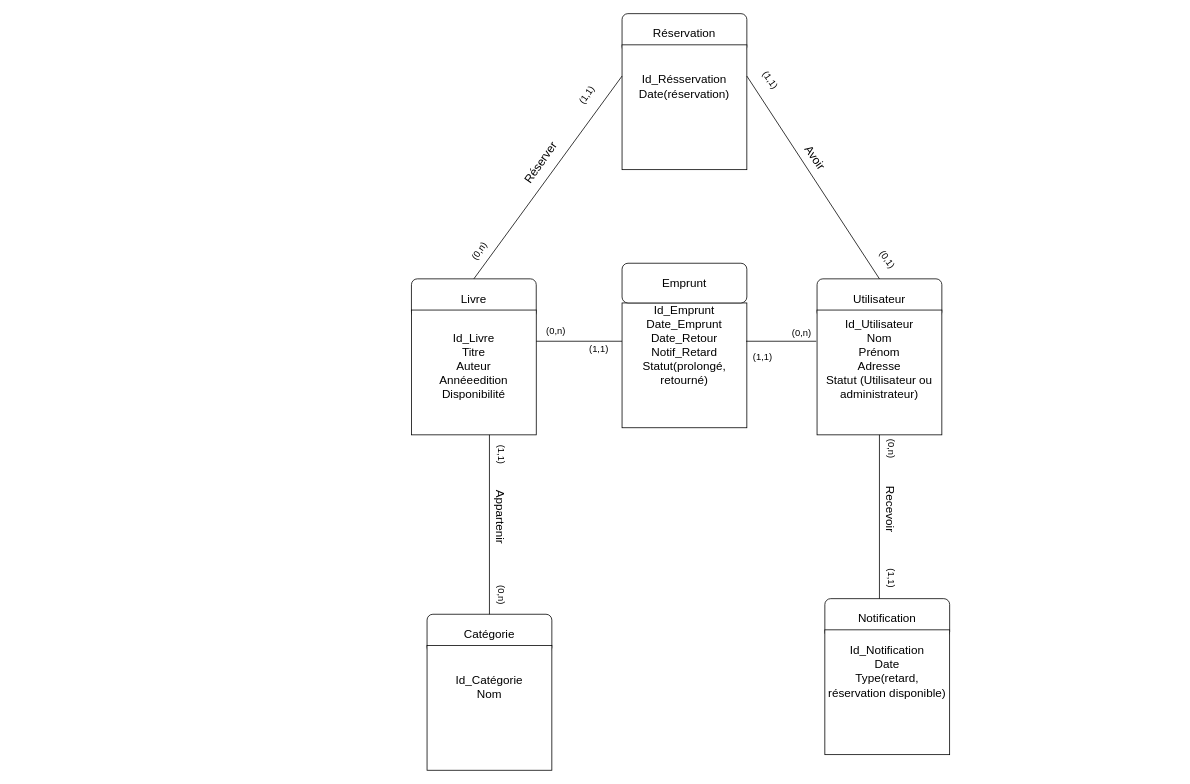
Earlier version of the draw.io diagram page "MCD" (3 of 3) of diagramme/Diagramme UML Bibliothèque.drawio (JocelyneMuller/Projet-Biblioth-que). Source tidied: cells renumbered, new cells numbered last; positions are measured from the earlier drawing's top-left corner, leaving out a move shared by most shapes. Both pictures are drawn from the tidied source at 78%, with x=0, y=0 at pixel (411, 13).
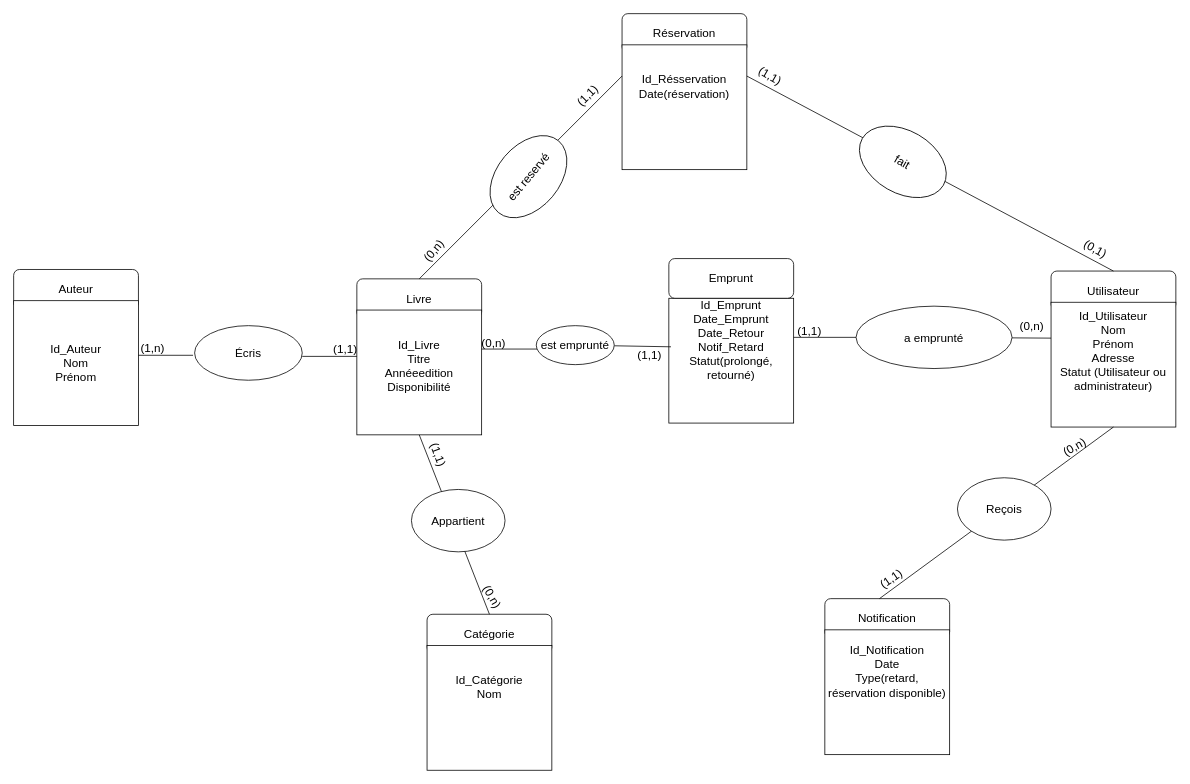
Above is the later version.

Commit message:
Mettre à jour Diagramme UML Bibliothèque.drawio

Unchanged cells that the change refers to:
```xml
<mxCell id="12" value="&lt;font style=&quot;font-size: 15px;&quot;&gt;Catégorie&lt;/font&gt;" style="rounded=1;whiteSpace=wrap;html=1;" parent="11" vertex="1">
  <mxGeometry width="160" height="50" as="geometry" />
</mxCell>
```

Diff of the diagram source:
```diff
@@
     <mxCell id="2" style="group;" parent="1" vertex="1">
-      <mxGeometry y="340" width="160" height="200" as="geometry" />
+      <mxGeometry x="-70" y="340" width="160" height="200" as="geometry" />
     </mxCell>
@@
-    <mxCell id="4" value="&lt;font style=&quot;font-size: 15px;&quot;&gt;Id_Livre&lt;/font&gt;&lt;div style=&quot;font-size: 15px;&quot;&gt;&lt;font style=&quot;font-size: 15px;&quot;&gt;Titre&lt;/font&gt;&lt;/div&gt;&lt;div style=&quot;font-size: 15px;&quot;&gt;&lt;font style=&quot;font-size: 15px;&quot;&gt;Auteur&lt;/font&gt;&lt;/div&gt;&lt;div style=&quot;font-size: 15px;&quot;&gt;&lt;font style=&quot;font-size: 15px;&quot;&gt;Annéeedition&lt;/font&gt;&lt;/div&gt;&lt;div style=&quot;font-size: 15px;&quot;&gt;&lt;font style=&quot;font-size: 15px;&quot;&gt;Disponibilité&lt;/font&gt;&lt;/div&gt;&lt;div style=&quot;font-size: 15px;&quot;&gt;&lt;br&gt;&lt;/div&gt;" style="whiteSpace=wrap;html=1;" parent="2" vertex="1">
+    <mxCell id="4" value="&lt;font style=&quot;font-size: 15px;&quot;&gt;Id_Livre&lt;/font&gt;&lt;div style=&quot;font-size: 15px;&quot;&gt;&lt;font style=&quot;font-size: 15px;&quot;&gt;Titre&lt;/font&gt;&lt;/div&gt;&lt;div style=&quot;font-size: 15px;&quot;&gt;&lt;font style=&quot;font-size: 15px;&quot;&gt;Annéeedition&lt;/font&gt;&lt;/div&gt;&lt;div style=&quot;font-size: 15px;&quot;&gt;&lt;font style=&quot;font-size: 15px;&quot;&gt;Disponibilité&lt;/font&gt;&lt;/div&gt;&lt;div style=&quot;font-size: 15px;&quot;&gt;&lt;br&gt;&lt;/div&gt;" style="whiteSpace=wrap;html=1;" parent="2" vertex="1">
       <mxGeometry y="40" width="160" height="160" as="geometry" />
     </mxCell>
     <mxCell id="5" style="group;" parent="1" vertex="1">
-      <mxGeometry x="520" y="340" width="160" height="200" as="geometry" />
+      <mxGeometry x="820" y="330" width="160" height="200" as="geometry" />
     </mxCell>
@@
-    <mxCell id="17" style="endArrow=none;html=1;rounded=0;exitX=1;exitY=0.25;exitDx=0;exitDy=0;entryX=0.5;entryY=0;entryDx=0;entryDy=0;" parent="1" edge="1" target="12">
-      <mxGeometry relative="1" as="geometry">
-        <mxPoint x="100" y="540" as="sourcePoint" />
-      </mxGeometry>
+    <mxCell id="17" style="endArrow=none;html=1;rounded=0;exitX=0.5;exitY=1;exitDx=0;exitDy=0;entryX=0.5;entryY=0;entryDx=0;entryDy=0;" parent="1" edge="1" source="4" target="12">
+      <mxGeometry relative="1" as="geometry" />
     </mxCell>
-    <mxCell id="18" value="&lt;font style=&quot;font-size: 15px;&quot;&gt;Appartenir&lt;/font&gt;" style="text;html=1;align=center;verticalAlign=middle;strokeColor=none;fillColor=none;rotation=90;" parent="1" vertex="1">
-      <mxGeometry x="70" y="630" width="90" height="30" as="geometry" />
-    </mxCell>
@@
-    <mxCell id="20" value="&lt;font style=&quot;font-size: 15px;&quot;&gt;Réserver&lt;/font&gt;" style="text;html=1;align=center;verticalAlign=middle;strokeColor=none;fillColor=none;rotation=-55;fontSize=15;" parent="1" vertex="1">
-      <mxGeometry x="125" y="176" width="80" height="30" as="geometry" />
-    </mxCell>
@@
-    <mxCell id="22" value="&lt;font style=&quot;font-size: 15px;&quot;&gt;Recevoir&lt;/font&gt;" style="text;html=1;align=center;verticalAlign=middle;strokeColor=none;fillColor=none;rotation=90;" parent="1" vertex="1">
-      <mxGeometry x="575" y="620" width="80" height="30" as="geometry" />
-    </mxCell>
@@
-    <mxCell id="24" value="&lt;font style=&quot;font-size: 15px;&quot;&gt;Avoir&lt;/font&gt;" style="text;html=1;align=center;verticalAlign=middle;strokeColor=none;fillColor=none;rotation=55;" parent="1" vertex="1">
-      <mxGeometry x="488" y="169" width="60" height="30" as="geometry" />
-    </mxCell>
-    <mxCell id="25" value="&lt;font style=&quot;font-size: 12px;&quot;&gt;(0,n)&lt;/font&gt;" style="text;html=1;align=center;verticalAlign=middle;strokeColor=none;fillColor=none;rotation=-55;" parent="1" vertex="1">
-      <mxGeometry x="62" y="290" width="50" height="30" as="geometry" />
+    <mxCell id="25" value="&lt;font style=&quot;font-size: 15px;&quot;&gt;(0,n)&lt;/font&gt;" style="text;html=1;align=center;verticalAlign=middle;strokeColor=none;fillColor=none;rotation=-50;fontSize=15;" parent="1" vertex="1">
+      <mxGeometry x="3" y="289" width="50" height="30" as="geometry" />
     </mxCell>
-    <mxCell id="26" value="&lt;font style=&quot;font-size: 12px;&quot;&gt;(1,1)&lt;/font&gt;" style="text;html=1;align=center;verticalAlign=middle;strokeColor=none;fillColor=none;rotation=-55;" parent="1" vertex="1">
+    <mxCell id="26" value="&lt;font style=&quot;font-size: 15px;&quot;&gt;(1,1)&lt;/font&gt;" style="text;html=1;align=center;verticalAlign=middle;strokeColor=none;fillColor=none;rotation=-45;fontSize=15;" parent="1" vertex="1">
       <mxGeometry x="200" y="90" width="50" height="30" as="geometry" />
     </mxCell>
-    <mxCell id="27" value="&lt;font style=&quot;font-size: 12px;&quot;&gt;(0,n)&lt;/font&gt;" style="text;html=1;align=center;verticalAlign=middle;whiteSpace=wrap;rounded=0;rotation=90;" parent="1" vertex="1">
-      <mxGeometry x="585" y="543" width="60" height="30" as="geometry" />
+    <mxCell id="27" value="&lt;font style=&quot;font-size: 15px;&quot;&gt;(0,n)&lt;/font&gt;" style="text;html=1;align=center;verticalAlign=middle;whiteSpace=wrap;rounded=0;rotation=-30;" parent="1" vertex="1">
+      <mxGeometry x="820" y="540" width="60" height="30" as="geometry" />
     </mxCell>
-    <mxCell id="28" value="&lt;font style=&quot;font-size: 12px;&quot;&gt;(1,1)&lt;/font&gt;" style="text;html=1;align=center;verticalAlign=middle;whiteSpace=wrap;rounded=0;rotation=90;" parent="1" vertex="1">
+    <mxCell id="28" value="&lt;font style=&quot;font-size: 15px;&quot;&gt;(1,1)&lt;/font&gt;" style="text;html=1;align=center;verticalAlign=middle;whiteSpace=wrap;rounded=0;rotation=-35;" parent="1" vertex="1">
       <mxGeometry x="585" y="709" width="60" height="30" as="geometry" />
     </mxCell>
-    <mxCell id="29" value="&lt;font style=&quot;font-size: 12px;&quot;&gt;(0,n)&lt;/font&gt;" style="text;html=1;align=center;verticalAlign=middle;strokeColor=none;fillColor=none;rotation=90;" parent="1" vertex="1">
-      <mxGeometry x="90" y="730" width="50" height="30" as="geometry" />
+    <mxCell id="29" value="&lt;font style=&quot;font-size: 15px;&quot;&gt;(0,n)&lt;/font&gt;" style="text;html=1;align=center;verticalAlign=middle;strokeColor=none;fillColor=none;rotation=60;" parent="1" vertex="1">
+      <mxGeometry x="79" y="732" width="50" height="30" as="geometry" />
     </mxCell>
-    <mxCell id="30" value="&lt;font style=&quot;font-size: 12px;&quot;&gt;(1,1)&lt;/font&gt;" style="text;html=1;align=center;verticalAlign=middle;strokeColor=none;fillColor=none;rotation=90;" parent="1" vertex="1">
-      <mxGeometry x="90" y="550" width="50" height="30" as="geometry" />
+    <mxCell id="30" value="&lt;font style=&quot;font-size: 15px;&quot;&gt;(1,1)&lt;/font&gt;" style="text;html=1;align=center;verticalAlign=middle;strokeColor=none;fillColor=none;rotation=70;" parent="1" vertex="1">
+      <mxGeometry x="10" y="550" width="50" height="30" as="geometry" />
     </mxCell>
-    <mxCell id="31" value="&lt;font style=&quot;font-size: 12px;&quot;&gt;(0,1)&lt;/font&gt;" style="text;html=1;align=center;verticalAlign=middle;strokeColor=none;fillColor=none;rotation=55;" parent="1" vertex="1">
-      <mxGeometry x="585" y="300" width="50" height="30" as="geometry" />
+    <mxCell id="31" value="&lt;font style=&quot;font-size: 15px;&quot;&gt;(0,1)&lt;/font&gt;" style="text;html=1;align=center;verticalAlign=middle;strokeColor=none;fillColor=none;rotation=30;fontSize=15;" parent="1" vertex="1">
+      <mxGeometry x="852" y="286" width="50" height="30" as="geometry" />
     </mxCell>
-    <mxCell id="32" value="&lt;font style=&quot;font-size: 12px;&quot;&gt;(1,1)&lt;/font&gt;" style="text;html=1;align=center;verticalAlign=middle;strokeColor=none;fillColor=none;rotation=55;" parent="1" vertex="1">
-      <mxGeometry x="435" y="70" width="50" height="30" as="geometry" />
+    <mxCell id="32" value="&lt;font style=&quot;font-size: 15px;&quot;&gt;(1,1)&lt;/font&gt;" style="text;html=1;align=center;verticalAlign=middle;strokeColor=none;fillColor=none;rotation=30;fontSize=15;" parent="1" vertex="1">
+      <mxGeometry x="435" y="64" width="50" height="30" as="geometry" />
     </mxCell>
     <mxCell id="33" style="group;" parent="1" vertex="1">
-      <mxGeometry x="270" y="320" width="160" height="216" as="geometry" />
+      <mxGeometry x="330" y="314" width="160" height="216" as="geometry" />
     </mxCell>
@@
-    <mxCell id="36" style="endArrow=none;html=1;rounded=0;exitX=0.5;exitY=0;exitDx=0;exitDy=0;fontSize=8;" parent="1" edge="1">
+    <mxCell id="36" style="endArrow=none;html=1;rounded=0;fontSize=8;" parent="1" edge="1">
       <mxGeometry relative="1" as="geometry">
-        <mxPoint x="270" y="420" as="sourcePoint" />
-        <mxPoint x="160" y="420" as="targetPoint" />
+        <mxPoint x="190" y="430" as="sourcePoint" />
+        <mxPoint x="90" y="430" as="targetPoint" />
       </mxGeometry>
     </mxCell>
     <mxCell id="37" style="endArrow=none;html=1;rounded=0;" parent="1" edge="1">
       <mxGeometry relative="1" as="geometry">
-        <mxPoint x="519" y="420" as="sourcePoint" />
-        <mxPoint x="429" y="420" as="targetPoint" />
+        <mxPoint x="570" y="415" as="sourcePoint" />
+        <mxPoint x="490" y="415" as="targetPoint" />
+        <Array as="points">
+          <mxPoint x="570" y="415" />
+        </Array>
       </mxGeometry>
     </mxCell>
-    <mxCell id="38" value="&lt;font style=&quot;font-size: 12px;&quot;&gt;(0,n)&lt;/font&gt;" style="text;html=1;align=center;verticalAlign=middle;strokeColor=none;fillColor=none;rotation=0;fontSize=12;" parent="1" vertex="1">
-      <mxGeometry x="160" y="392" width="50" height="30" as="geometry" />
+    <mxCell id="38" value="&lt;font style=&quot;font-size: 15px;&quot;&gt;(0,n)&lt;/font&gt;" style="text;html=1;align=center;verticalAlign=middle;strokeColor=none;fillColor=none;rotation=0;fontSize=15;" parent="1" vertex="1">
+      <mxGeometry x="80" y="407" width="50" height="30" as="geometry" />
     </mxCell>
-    <mxCell id="39" value="&lt;font style=&quot;font-size: 12px;&quot;&gt;(1,1)&lt;/font&gt;" style="text;html=1;align=center;verticalAlign=middle;points=[];strokeColor=none;fillColor=none;rotation=0;fontSize=12;" parent="1" vertex="1">
-      <mxGeometry x="215" y="415" width="50" height="30" as="geometry" />
+    <mxCell id="39" value="&lt;font style=&quot;font-size: 15px;&quot;&gt;(1,1)&lt;/font&gt;" style="text;html=1;align=center;verticalAlign=middle;points=[];strokeColor=none;fillColor=none;rotation=0;fontSize=15;" parent="1" vertex="1">
+      <mxGeometry x="280" y="422" width="50" height="30" as="geometry" />
     </mxCell>
-    <mxCell id="40" value="&lt;font style=&quot;font-size: 12px;&quot;&gt;(1,1)&lt;/font&gt;" style="text;html=1;align=center;verticalAlign=middle;strokeColor=none;fillColor=none;rotation=0;fontSize=12;" parent="1" vertex="1">
-      <mxGeometry x="425" y="425" width="50" height="30" as="geometry" />
+    <mxCell id="40" value="&lt;font style=&quot;font-size: 15px;&quot;&gt;(1,1)&lt;/font&gt;" style="text;html=1;align=center;verticalAlign=middle;strokeColor=none;fillColor=none;rotation=0;fontSize=15;" parent="1" vertex="1">
+      <mxGeometry x="485" y="392" width="50" height="30" as="geometry" />
     </mxCell>
-    <mxCell id="41" value="&lt;font style=&quot;font-size: 12px;&quot;&gt;(0,n)&lt;/font&gt;" style="text;html=1;align=center;verticalAlign=middle;strokeColor=none;fillColor=none;rotation=0;fontSize=8;" parent="1" vertex="1">
-      <mxGeometry x="475" y="395" width="50" height="30" as="geometry" />
+    <mxCell id="41" value="&lt;font style=&quot;font-size: 15px;&quot;&gt;(0,n)&lt;/font&gt;" style="text;html=1;align=center;verticalAlign=middle;strokeColor=none;fillColor=none;rotation=0;fontSize=15;" parent="1" vertex="1">
+      <mxGeometry x="770" y="385" width="50" height="30" as="geometry" />
     </mxCell>
+    <mxCell id="42" style="endArrow=none;html=1;rounded=0;" parent="1" edge="1">
+      <mxGeometry relative="1" as="geometry">
+        <mxPoint x="-140" y="439.4" as="sourcePoint" />
+        <mxPoint x="-70" y="439.4" as="targetPoint" />
+      </mxGeometry>
+    </mxCell>
+    <mxCell id="43" style="group;" parent="1" vertex="1">
+      <mxGeometry x="-510" y="328" width="230" height="200" as="geometry" />
+    </mxCell>
+    <mxCell id="44" style="group;" parent="43" vertex="1">
+      <mxGeometry width="160" height="200" as="geometry" />
+    </mxCell>
+    <mxCell id="45" value="&lt;font style=&quot;font-size: 15px;&quot;&gt;Auteur&lt;/font&gt;" style="rounded=1;whiteSpace=wrap;html=1;" parent="44" vertex="1">
+      <mxGeometry width="160" height="50" as="geometry" />
+    </mxCell>
+    <mxCell id="46" value="&lt;font style=&quot;font-size: 15px;&quot;&gt;Id_Auteur&lt;/font&gt;&lt;div style=&quot;font-size: 15px;&quot;&gt;&lt;font style=&quot;font-size: 15px;&quot;&gt;Nom&lt;/font&gt;&lt;/div&gt;&lt;div style=&quot;font-size: 15px;&quot;&gt;&lt;font style=&quot;font-size: 15px;&quot;&gt;Prénom&lt;/font&gt;&lt;/div&gt;" style="whiteSpace=wrap;html=1;" parent="44" vertex="1">
+      <mxGeometry y="40" width="160" height="160" as="geometry" />
+    </mxCell>
+    <mxCell id="47" style="endArrow=none;html=1;rounded=0;" parent="43" edge="1">
+      <mxGeometry relative="1" as="geometry">
+        <mxPoint x="160" y="110" as="sourcePoint" />
+        <mxPoint x="230" y="110" as="targetPoint" />
+      </mxGeometry>
+    </mxCell>
+    <mxCell id="48" value="&lt;font style=&quot;font-size: 15px;&quot;&gt;(1,n)&lt;/font&gt;" style="text;html=1;align=center;verticalAlign=middle;strokeColor=none;fillColor=none;" parent="43" vertex="1">
+      <mxGeometry x="153" y="85" width="50" height="30" as="geometry" />
+    </mxCell>
+    <mxCell id="49" value="&lt;font style=&quot;font-size: 15px;&quot;&gt;Écris&lt;/font&gt;" style="ellipse;whiteSpace=wrap;html=1;" parent="1" vertex="1">
+      <mxGeometry x="-278" y="400" width="138" height="70" as="geometry" />
+    </mxCell>
+    <mxCell id="50" value="&lt;font style=&quot;font-size: 15px;&quot;&gt;(1,1)&lt;/font&gt;" style="text;html=1;align=center;verticalAlign=middle;strokeColor=none;fillColor=none;" parent="1" vertex="1">
+      <mxGeometry x="-110" y="415" width="50" height="30" as="geometry" />
+    </mxCell>
+    <mxCell id="51" style="endArrow=none;html=1;rounded=0;" parent="1" edge="1" target="52">
+      <mxGeometry relative="1" as="geometry">
+        <mxPoint x="820" y="416" as="sourcePoint" />
+      </mxGeometry>
+    </mxCell>
+    <mxCell id="52" value="&lt;font style=&quot;font-size: 15px;&quot;&gt;a emprunté&lt;/font&gt;" style="ellipse;whiteSpace=wrap;html=1;" parent="1" vertex="1">
+      <mxGeometry x="570" y="375" width="200" height="80" as="geometry" />
+    </mxCell>
+    <mxCell id="53" style="endArrow=none;html=1;rounded=0;fontSize=8;exitX=1.055;exitY=0.171;exitDx=0;exitDy=0;exitPerimeter=0;" parent="1" edge="1" source="39" target="54">
+      <mxGeometry relative="1" as="geometry" />
+    </mxCell>
+    <mxCell id="54" value="&lt;font style=&quot;font-size: 15px;&quot;&gt;est emprunté&lt;/font&gt;" style="ellipse;whiteSpace=wrap;html=1;" parent="1" vertex="1">
+      <mxGeometry x="160" y="400" width="100" height="50" as="geometry" />
+    </mxCell>
+    <mxCell id="55" value="&lt;font style=&quot;font-size: 15px;&quot;&gt;Appartient&lt;/font&gt;" style="ellipse;whiteSpace=wrap;html=1;" parent="1" vertex="1">
+      <mxGeometry y="610" width="120" height="80" as="geometry" />
+    </mxCell>
+    <mxCell id="56" value="&lt;font style=&quot;font-size: 15px;&quot;&gt;Reçois&lt;/font&gt;" style="ellipse;whiteSpace=wrap;html=1;" parent="1" vertex="1">
+      <mxGeometry x="700" y="595" width="120" height="80" as="geometry" />
+    </mxCell>
+    <mxCell id="57" value="&lt;font style=&quot;font-size: 15px;&quot;&gt;est reservé&lt;/font&gt;" style="ellipse;whiteSpace=wrap;html=1;rotation=-50;" parent="1" vertex="1">
+      <mxGeometry x="90" y="169" width="120" height="80" as="geometry" />
+    </mxCell>
+    <mxCell id="58" value="&lt;font style=&quot;font-size: 15px;&quot;&gt;fait&lt;/font&gt;" style="ellipse;whiteSpace=wrap;html=1;rotation=30;" parent="1" vertex="1">
+      <mxGeometry x="570" y="150" width="120" height="80" as="geometry" />
+    </mxCell>
```
